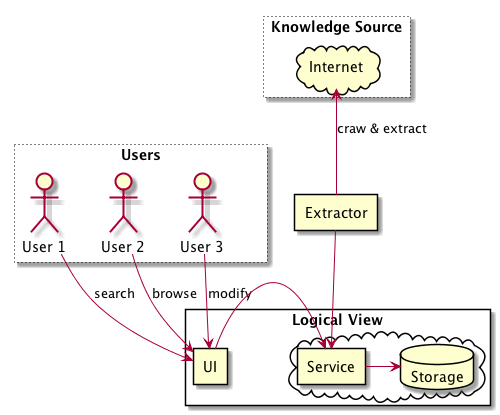
Before: sa/uml/process-view-context.png, a diagram exported from PlantUML (nanoix9/2019Papers).
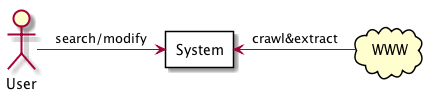
The same diagram one commit later.

Diff of the diagram source:
```diff
@@ -1,38 +1,19 @@
 @startuml
 
-rectangle Users #line.dotted {
-    actor "User 1" as Us
-    actor "User 2" as Ub
-    actor "User 3" as Um
+    actor "User" as Us
+
+rectangle "System" as System {
 }
 
-rectangle "Logical View" as System {
-    rectangle UI
-    cloud {
-        rectangle Service
-        database Storage
-    }
-}
 
-rectangle Extractor
+    cloud WWW
 
-rectangle "Knowledge Source" #line.dotted {
-    cloud Internet
-}
 
-Users -[hidden]down- System
 
-Us -down-> UI: search
-Ub -down-> UI: browse
-Um -down-> UI: modify
 
-Us -[hidden]right- Ub
-Ub -[hidden]right- Um
 
-Internet <-- Extractor: craw & extract
-Extractor --> Service
 
-UI -right-> Service
-Service -> Storage
+Us -> System: search/modify
+System <- WWW: crawl&extract
 
 @enduml
```
